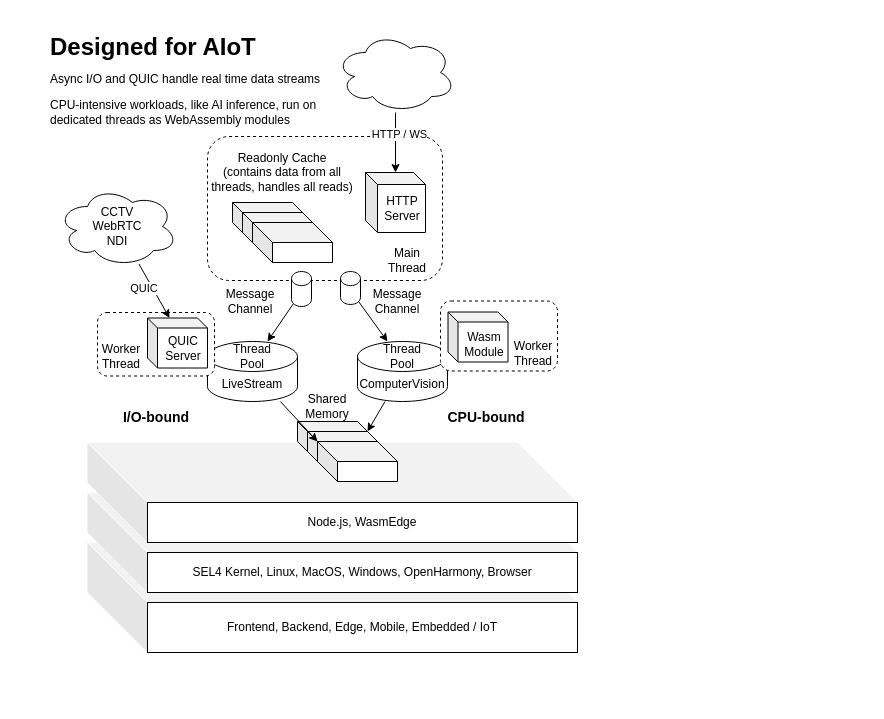
This is page "aiot" (3 of 6) of public/arch.drawio from module-federation/aegis-host, a draw.io file, before an edit. Source tidied: cells renumbered, new cells numbered last; positions are measured from the earlier drawing's top-left corner, leaving out a move shared by most shapes. Both pictures are drawn from the tidied source at 100%, with x=0, y=0 at pixel (17, 27).
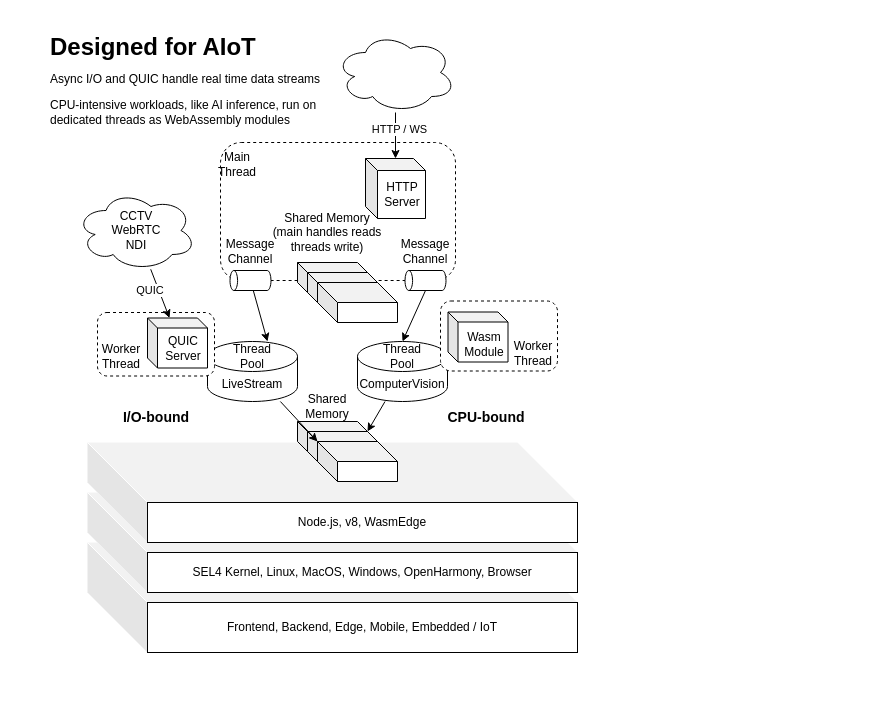
The same diagram, later.

The change refers to these unchanged cells:
```xml
<mxCell id="2" style="group;" parent="1" vertex="1">
  <mxGeometry y="5" width="850" height="670" as="geometry" />
</mxCell>
<mxCell id="10" value="Thread Pool" style="text;html=1;strokeColor=none;fillColor=none;align=center;verticalAlign=middle;whiteSpace=wrap;rounded=0;" parent="2" vertex="1">
  <mxGeometry x="205" y="309" width="60" height="30" as="geometry" />
</mxCell>
<mxCell id="11" value="Thread Pool" style="text;html=1;strokeColor=none;fillColor=none;align=center;verticalAlign=middle;whiteSpace=wrap;rounded=0;" parent="2" vertex="1">
  <mxGeometry x="355" y="309" width="60" height="30" as="geometry" />
</mxCell>
```

What changed in the source:
```diff
@@
+    <mxCell id="26" value="&lt;p&gt;&lt;span style=&quot;font-size: 12px ; font-weight: normal&quot;&gt;Async I/O and QUIC handle real time data streams&lt;/span&gt;&lt;/p&gt;&lt;p&gt;&lt;span&gt;CPU-intensive workloads, like AI inference, run on dedicated threads as WebAssembly modules&lt;/span&gt;&lt;/p&gt;" style="text;html=1;strokeColor=none;fillColor=none;spacing=5;spacingTop=-20;whiteSpace=wrap;overflow=hidden;rounded=0;" parent="2" vertex="1">
+      <mxGeometry x="28" y="38" width="322" height="120" as="geometry" />
+    </mxCell>
@@
     <mxCell id="6" style="rounded=1;whiteSpace=wrap;html=1;dashed=1;" parent="2" vertex="1">
-      <mxGeometry x="190" y="104" width="235" height="144" as="geometry" />
+      <mxGeometry x="203" y="110" width="235" height="138" as="geometry" />
     </mxCell>
@@
-    <mxCell id="12" style="edgeStyle=none;html=1;exitX=0.855;exitY=1;exitDx=0;exitDy=-4.35;exitPerimeter=0;entryX=0.25;entryY=0;entryDx=0;entryDy=0;startArrow=none;" parent="2" edge="1" source="18" target="11">
+    <mxCell id="12" style="edgeStyle=none;html=1;entryX=0.5;entryY=0;entryDx=0;entryDy=0;startArrow=none;exitX=0;exitY=0.5;exitDx=0;exitDy=0;exitPerimeter=0;" parent="2" edge="1" source="18" target="11">
       <mxGeometry relative="1" as="geometry" />
     </mxCell>
-    <mxCell id="13" style="edgeStyle=none;html=1;exitX=0.145;exitY=1;exitDx=0;exitDy=-4.35;exitPerimeter=0;entryX=0.75;entryY=0;entryDx=0;entryDy=0;startArrow=none;" parent="2" edge="1" source="17" target="10">
+    <mxCell id="13" style="edgeStyle=none;html=1;entryX=0.75;entryY=0;entryDx=0;entryDy=0;startArrow=none;" parent="2" edge="1" source="17" target="10">
       <mxGeometry relative="1" as="geometry" />
     </mxCell>
     <mxCell id="14" value="Main Thread" style="text;html=1;strokeColor=none;fillColor=none;align=center;verticalAlign=middle;whiteSpace=wrap;rounded=0;" parent="2" vertex="1">
-      <mxGeometry x="360" y="213" width="60" height="30" as="geometry" />
+      <mxGeometry x="190" y="117" width="60" height="30" as="geometry" />
     </mxCell>
@@
-    <mxCell id="17" style="shape=cylinder3;whiteSpace=wrap;html=1;boundedLbl=1;backgroundOutline=1;size=7.050673680997775;rotation=0;" parent="2" vertex="1">
-      <mxGeometry x="274" y="239" width="20" height="35" as="geometry" />
+    <mxCell id="17" style="shape=cylinder3;whiteSpace=wrap;html=1;boundedLbl=1;backgroundOutline=1;size=3.7993349821671814;rotation=-90;" parent="2" vertex="1">
+      <mxGeometry x="223" y="227.5" width="20" height="41" as="geometry" />
     </mxCell>
-    <mxCell id="18" style="shape=cylinder3;whiteSpace=wrap;html=1;boundedLbl=1;backgroundOutline=1;size=7.050673680997775;rotation=0;" parent="2" vertex="1">
-      <mxGeometry x="323" y="239" width="20" height="33" as="geometry" />
+    <mxCell id="18" style="shape=cylinder3;whiteSpace=wrap;html=1;boundedLbl=1;backgroundOutline=1;size=3.7993349821671814;rotation=-90;" parent="2" vertex="1">
+      <mxGeometry x="398" y="227.5" width="20" height="41" as="geometry" />
     </mxCell>
     <mxCell id="19" value="Message&lt;br&gt;Channel" style="text;html=1;strokeColor=none;fillColor=none;align=center;verticalAlign=middle;whiteSpace=wrap;rounded=0;" parent="2" vertex="1">
-      <mxGeometry x="350" y="254" width="60" height="30" as="geometry" />
+      <mxGeometry x="378" y="204" width="60" height="30" as="geometry" />
     </mxCell>
     <mxCell id="20" value="Message&lt;br&gt;Channel" style="text;html=1;strokeColor=none;fillColor=none;align=center;verticalAlign=middle;whiteSpace=wrap;rounded=0;" parent="2" vertex="1">
-      <mxGeometry x="203" y="254" width="60" height="30" as="geometry" />
+      <mxGeometry x="203" y="204" width="60" height="30" as="geometry" />
     </mxCell>
     <mxCell id="21" style="shape=cube;whiteSpace=wrap;html=1;boundedLbl=1;backgroundOutline=1;darkOpacity=0.05;darkOpacity2=0.1;size=12;" parent="2" vertex="1">
-      <mxGeometry x="348" y="140" width="60" height="60" as="geometry" />
+      <mxGeometry x="348" y="126" width="60" height="60" as="geometry" />
     </mxCell>
     <mxCell id="22" value="HTTP&lt;br&gt;Server" style="text;html=1;strokeColor=none;fillColor=none;align=center;verticalAlign=middle;whiteSpace=wrap;rounded=0;" parent="2" vertex="1">
-      <mxGeometry x="355" y="161" width="60" height="30" as="geometry" />
+      <mxGeometry x="355" y="147" width="60" height="30" as="geometry" />
     </mxCell>
@@
-    <mxCell id="26" value="&lt;p&gt;&lt;span style=&quot;font-size: 12px ; font-weight: normal&quot;&gt;Async I/O and QUIC handle real time data streams&lt;/span&gt;&lt;/p&gt;&lt;p&gt;&lt;span&gt;CPU-intensive workloads, like AI inference, run on dedicated threads as WebAssembly modules&lt;/span&gt;&lt;/p&gt;" style="text;html=1;strokeColor=none;fillColor=none;spacing=5;spacingTop=-20;whiteSpace=wrap;overflow=hidden;rounded=0;" parent="2" vertex="1">
-      <mxGeometry x="28" y="38" width="322" height="120" as="geometry" />
-    </mxCell>
     <mxCell id="27" value="CCTV&lt;br&gt;WebRTC&lt;br&gt;NDI" style="ellipse;shape=cloud;whiteSpace=wrap;html=1;" parent="2" vertex="1">
-      <mxGeometry x="40" y="154" width="120" height="80" as="geometry" />
+      <mxGeometry x="58.5" y="158" width="120" height="80" as="geometry" />
     </mxCell>
@@
-    <mxCell id="33" style="group;" parent="2" vertex="1">
-      <mxGeometry x="215" y="170" width="100" height="60" as="geometry" />
-    </mxCell>
-    <mxCell id="34" style="shape=cube;whiteSpace=wrap;html=1;boundedLbl=1;backgroundOutline=1;darkOpacity=0.05;darkOpacity2=0.1;" parent="33" vertex="1">
-      <mxGeometry width="80" height="40" as="geometry" />
-    </mxCell>
-    <mxCell id="35" style="shape=cube;whiteSpace=wrap;html=1;boundedLbl=1;backgroundOutline=1;darkOpacity=0.05;darkOpacity2=0.1;" parent="33" vertex="1">
-      <mxGeometry x="10" y="10" width="80" height="40" as="geometry" />
-    </mxCell>
-    <mxCell id="36" style="shape=cube;whiteSpace=wrap;html=1;boundedLbl=1;backgroundOutline=1;darkOpacity=0.05;darkOpacity2=0.1;" parent="33" vertex="1">
-      <mxGeometry x="20" y="20" width="80" height="40" as="geometry" />
-    </mxCell>
@@
-    <mxCell id="38" value="Readonly Cache&lt;br&gt;(contains data from all threads, handles all reads)" style="text;html=1;strokeColor=none;fillColor=none;align=center;verticalAlign=middle;whiteSpace=wrap;rounded=0;" parent="2" vertex="1">
-      <mxGeometry x="187" y="126" width="156" height="28" as="geometry" />
+    <mxCell id="38" value="Shared Memory&lt;br&gt;(main handles reads&lt;br&gt;threads write)" style="text;html=1;strokeColor=none;fillColor=none;align=center;verticalAlign=middle;whiteSpace=wrap;rounded=0;" parent="2" vertex="1">
+      <mxGeometry x="232" y="186" width="156" height="28" as="geometry" />
     </mxCell>
@@
-    <mxCell id="50" value="Node.js, WasmEdge" style="whiteSpace=wrap;html=1;" parent="2" vertex="1">
+    <mxCell id="50" value="Node.js, v8, WasmEdge" style="whiteSpace=wrap;html=1;" parent="2" vertex="1">
       <mxGeometry x="130" y="470" width="430" height="40" as="geometry" />
     </mxCell>
@@
+    <mxCell id="54" style="group;glass=0;" parent="1" vertex="1">
+      <mxGeometry x="280" y="235" width="100" height="60" as="geometry" />
+    </mxCell>
+    <mxCell id="34" style="shape=cube;whiteSpace=wrap;html=1;boundedLbl=1;backgroundOutline=1;darkOpacity=0.05;darkOpacity2=0.1;" parent="54" vertex="1">
+      <mxGeometry width="80" height="40" as="geometry" />
+    </mxCell>
+    <mxCell id="35" style="shape=cube;whiteSpace=wrap;html=1;boundedLbl=1;backgroundOutline=1;darkOpacity=0.05;darkOpacity2=0.1;" parent="54" vertex="1">
+      <mxGeometry x="10" y="10" width="80" height="40" as="geometry" />
+    </mxCell>
+    <mxCell id="55" style="shape=cube;whiteSpace=wrap;html=1;boundedLbl=1;backgroundOutline=1;darkOpacity=0.05;darkOpacity2=0.1;shadow=0;" parent="54" vertex="1">
+      <mxGeometry x="20" y="20" width="80" height="40" as="geometry" />
+    </mxCell>
```
